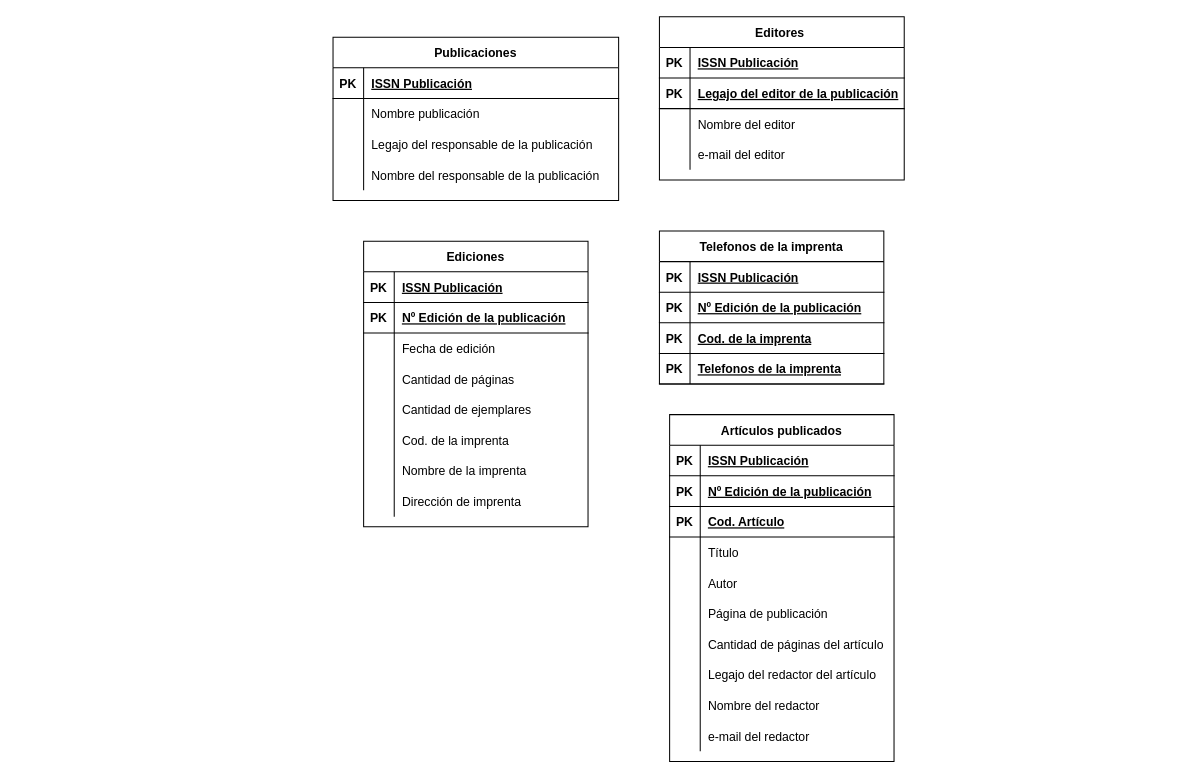
Before: parcial.drawio in RailGun15/BaseDeDatos-UTN, a draw.io diagram. Source tidied: cells renumbered, new cells numbered last; positions are measured from the earlier drawing's top-left corner, leaving out a move shared by most shapes. Both pictures are drawn from the tidied source at 102%, with x=0, y=0 at pixel (333, 16).
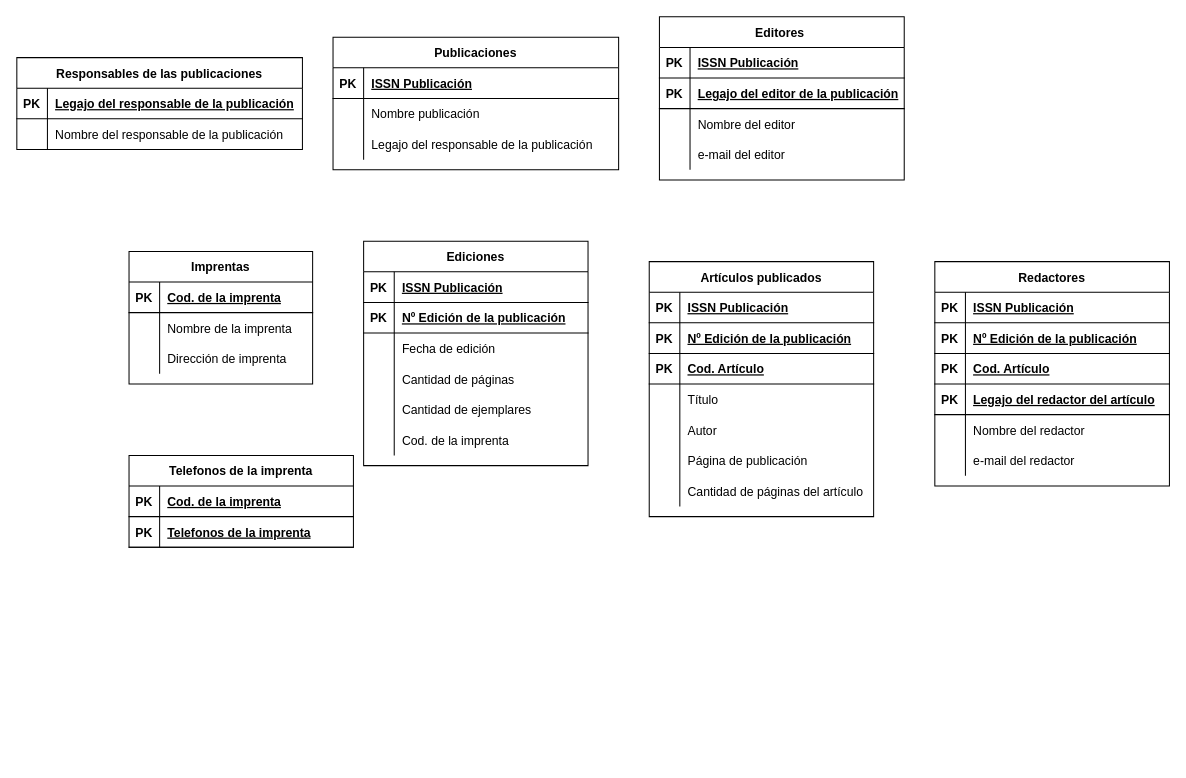
The same diagram, later.

Change to the diagram source:
```diff
@@
     <mxCell id="15" value="Publicaciones" style="shape=table;startSize=30;childLayout=tableLayout;rowLines=0;fontStyle=1;align=center;" parent="1" vertex="1">
-      <mxGeometry y="20" width="280" height="160" as="geometry" />
+      <mxGeometry y="20" width="280" height="130" as="geometry" />
     </mxCell>
@@
-    <mxCell id="25" style="shape=partialRectangle;fillColor=none;top=0;left=0;bottom=0;right=0;" parent="15" vertex="1">
-      <mxGeometry y="120" width="280" height="30" as="geometry" />
-    </mxCell>
-    <mxCell id="26" style="shape=partialRectangle;fillColor=none;top=0;left=0;bottom=0;right=0;overflow=hidden;" parent="25" vertex="1">
-      <mxGeometry width="30" height="30" as="geometry" />
-    </mxCell>
-    <mxCell id="27" value="Nombre del responsable de la publicación" style="shape=partialRectangle;fillColor=none;top=0;left=0;bottom=0;right=0;align=left;spacingLeft=6;overflow=hidden;" parent="25" vertex="1">
-      <mxGeometry x="30" width="250" height="30" as="geometry" />
-    </mxCell>
     <mxCell id="28" value="Ediciones" style="shape=table;startSize=30;childLayout=tableLayout;rowLines=0;fontStyle=1;align=center;" parent="1" vertex="1">
-      <mxGeometry x="30" y="220" width="220" height="280" as="geometry" />
+      <mxGeometry x="30" y="220" width="220" height="220" as="geometry" />
     </mxCell>
@@
-    <mxCell id="47" style="shape=partialRectangle;fillColor=none;top=0;left=0;bottom=0;right=0;" parent="28" vertex="1">
-      <mxGeometry y="210" width="220" height="30" as="geometry" />
-    </mxCell>
-    <mxCell id="48" style="shape=partialRectangle;fillColor=none;top=0;left=0;bottom=0;right=0;overflow=hidden;" parent="47" vertex="1">
-      <mxGeometry width="30" height="30" as="geometry" />
-    </mxCell>
-    <mxCell id="49" value="Nombre de la imprenta" style="shape=partialRectangle;fillColor=none;top=0;left=0;bottom=0;right=0;align=left;spacingLeft=6;overflow=hidden;" parent="47" vertex="1">
-      <mxGeometry x="30" width="190" height="30" as="geometry" />
-    </mxCell>
-    <mxCell id="50" style="shape=partialRectangle;fillColor=none;top=0;left=0;bottom=0;right=0;" parent="28" vertex="1">
-      <mxGeometry y="240" width="220" height="30" as="geometry" />
-    </mxCell>
-    <mxCell id="51" style="shape=partialRectangle;fillColor=none;top=0;left=0;bottom=0;right=0;overflow=hidden;" parent="50" vertex="1">
-      <mxGeometry width="30" height="30" as="geometry" />
-    </mxCell>
-    <mxCell id="52" value="Dirección de imprenta" style="shape=partialRectangle;fillColor=none;top=0;left=0;bottom=0;right=0;align=left;spacingLeft=6;overflow=hidden;" parent="50" vertex="1">
-      <mxGeometry x="30" width="190" height="30" as="geometry" />
-    </mxCell>
     <mxCell id="53" value="Artículos publicados" style="shape=table;startSize=30;childLayout=tableLayout;rowLines=0;fontStyle=1;align=center;" parent="1" vertex="1">
-      <mxGeometry x="330" y="390" width="220" height="340" as="geometry" />
+      <mxGeometry x="310" y="240" width="220" height="250" as="geometry" />
     </mxCell>
@@
-    <mxCell id="75" style="shape=partialRectangle;fillColor=none;top=0;left=0;bottom=0;right=0;" parent="53" vertex="1">
-      <mxGeometry y="240" width="220" height="30" as="geometry" />
-    </mxCell>
-    <mxCell id="76" style="shape=partialRectangle;fillColor=none;top=0;left=0;bottom=0;right=0;overflow=hidden;" parent="75" vertex="1">
-      <mxGeometry width="30" height="30" as="geometry" />
-    </mxCell>
+    <mxCell id="97" value="Redactores" style="shape=table;startSize=30;childLayout=tableLayout;rowLines=0;fontStyle=1;align=center;" parent="1" vertex="1">
+      <mxGeometry x="590" y="240" width="230" height="220" as="geometry" />
+    </mxCell>
+    <mxCell id="98" style="shape=partialRectangle;fillColor=none;top=0;left=0;bottom=1;right=0;" parent="97" vertex="1">
+      <mxGeometry y="30" width="230" height="30" as="geometry" />
+    </mxCell>
+    <mxCell id="99" value="PK" style="shape=partialRectangle;fillColor=none;top=0;left=0;bottom=0;right=0;fontStyle=1;overflow=hidden;" parent="98" vertex="1">
+      <mxGeometry width="30" height="30" as="geometry" />
+    </mxCell>
+    <mxCell id="87" value="ISSN Publicación" style="shape=partialRectangle;fillColor=none;top=0;left=0;bottom=0;right=0;align=left;spacingLeft=6;fontStyle=5;overflow=hidden;" parent="98" vertex="1">
+      <mxGeometry x="30" width="200" height="30" as="geometry" />
+    </mxCell>
+    <mxCell id="100" style="shape=partialRectangle;fillColor=none;top=0;left=0;bottom=1;right=0;" parent="97" vertex="1">
+      <mxGeometry y="60" width="230" height="30" as="geometry" />
+    </mxCell>
+    <mxCell id="101" value="PK" style="shape=partialRectangle;fillColor=none;top=0;left=0;bottom=0;right=0;fontStyle=1;overflow=hidden;" parent="100" vertex="1">
+      <mxGeometry width="30" height="30" as="geometry" />
+    </mxCell>
+    <mxCell id="90" value="Nº Edición de la publicación" style="shape=partialRectangle;fillColor=none;top=0;left=0;bottom=0;right=0;align=left;spacingLeft=6;fontStyle=5;overflow=hidden;" parent="100" vertex="1">
+      <mxGeometry x="30" width="200" height="30" as="geometry" />
+    </mxCell>
+    <mxCell id="102" style="shape=partialRectangle;fillColor=none;top=0;left=0;bottom=1;right=0;" parent="97" vertex="1">
+      <mxGeometry y="90" width="230" height="30" as="geometry" />
+    </mxCell>
+    <mxCell id="103" value="PK" style="shape=partialRectangle;fillColor=none;top=0;left=0;bottom=0;right=0;fontStyle=1;overflow=hidden;" parent="102" vertex="1">
+      <mxGeometry width="30" height="30" as="geometry" />
+    </mxCell>
+    <mxCell id="104" value="Cod. Artículo" style="shape=partialRectangle;fillColor=none;top=0;left=0;bottom=0;right=0;align=left;spacingLeft=6;fontStyle=5;overflow=hidden;" parent="102" vertex="1">
+      <mxGeometry x="30" width="200" height="30" as="geometry" />
+    </mxCell>
+    <mxCell id="105" style="shape=partialRectangle;fillColor=none;top=0;left=0;bottom=1;right=0;" parent="97" vertex="1">
+      <mxGeometry y="120" width="230" height="30" as="geometry" />
+    </mxCell>
+    <mxCell id="106" value="PK" style="shape=partialRectangle;fillColor=none;top=0;left=0;bottom=0;right=0;fontStyle=1;overflow=hidden;" parent="105" vertex="1">
+      <mxGeometry width="30" height="30" as="geometry" />
+    </mxCell>
-    <mxCell id="77" value="Legajo del redactor del artículo" style="shape=partialRectangle;fillColor=none;top=0;left=0;bottom=0;right=0;align=left;spacingLeft=6;overflow=hidden;" parent="75" vertex="1">
-      <mxGeometry x="30" width="190" height="30" as="geometry" />
+    <mxCell id="77" value="Legajo del redactor del artículo" style="shape=partialRectangle;fillColor=none;top=0;left=0;bottom=0;right=0;align=left;spacingLeft=6;fontStyle=5;overflow=hidden;" parent="105" vertex="1">
+      <mxGeometry x="30" width="200" height="30" as="geometry" />
     </mxCell>
-    <mxCell id="78" style="shape=partialRectangle;fillColor=none;top=0;left=0;bottom=0;right=0;" parent="53" vertex="1">
-      <mxGeometry y="270" width="220" height="30" as="geometry" />
-    </mxCell>
-    <mxCell id="79" style="shape=partialRectangle;fillColor=none;top=0;left=0;bottom=0;right=0;overflow=hidden;" parent="78" vertex="1">
-      <mxGeometry width="30" height="30" as="geometry" />
-    </mxCell>
+    <mxCell id="107" style="shape=partialRectangle;fillColor=none;top=0;left=0;bottom=0;right=0;" parent="97" vertex="1">
+      <mxGeometry y="150" width="230" height="30" as="geometry" />
+    </mxCell>
+    <mxCell id="108" style="shape=partialRectangle;fillColor=none;top=0;left=0;bottom=0;right=0;overflow=hidden;" parent="107" vertex="1">
+      <mxGeometry width="30" height="30" as="geometry" />
+    </mxCell>
-    <mxCell id="80" value="Nombre del redactor" style="shape=partialRectangle;fillColor=none;top=0;left=0;bottom=0;right=0;align=left;spacingLeft=6;overflow=hidden;" parent="78" vertex="1">
-      <mxGeometry x="30" width="190" height="30" as="geometry" />
+    <mxCell id="80" value="Nombre del redactor" style="shape=partialRectangle;fillColor=none;top=0;left=0;bottom=0;right=0;align=left;spacingLeft=6;overflow=hidden;" parent="107" vertex="1">
+      <mxGeometry x="30" width="200" height="30" as="geometry" />
     </mxCell>
-    <mxCell id="81" style="shape=partialRectangle;fillColor=none;top=0;left=0;bottom=0;right=0;" parent="53" vertex="1">
-      <mxGeometry y="300" width="220" height="30" as="geometry" />
-    </mxCell>
-    <mxCell id="82" style="shape=partialRectangle;fillColor=none;top=0;left=0;bottom=0;right=0;overflow=hidden;" parent="81" vertex="1">
-      <mxGeometry width="30" height="30" as="geometry" />
-    </mxCell>
+    <mxCell id="109" style="shape=partialRectangle;fillColor=none;top=0;left=0;bottom=0;right=0;" parent="97" vertex="1">
+      <mxGeometry y="180" width="230" height="30" as="geometry" />
+    </mxCell>
+    <mxCell id="110" style="shape=partialRectangle;fillColor=none;top=0;left=0;bottom=0;right=0;overflow=hidden;" parent="109" vertex="1">
+      <mxGeometry width="30" height="30" as="geometry" />
+    </mxCell>
-    <mxCell id="83" value="e-mail del redactor" style="shape=partialRectangle;fillColor=none;top=0;left=0;bottom=0;right=0;align=left;spacingLeft=6;overflow=hidden;" parent="81" vertex="1">
-      <mxGeometry x="30" width="190" height="30" as="geometry" />
+    <mxCell id="83" value="e-mail del redactor" style="shape=partialRectangle;fillColor=none;top=0;left=0;bottom=0;right=0;align=left;spacingLeft=6;overflow=hidden;" parent="109" vertex="1">
+      <mxGeometry x="30" width="200" height="30" as="geometry" />
     </mxCell>
     <mxCell id="84" value="Telefonos de la imprenta" style="shape=table;startSize=30;childLayout=tableLayout;rowLines=0;fontStyle=1;align=center;" parent="1" vertex="1">
-      <mxGeometry x="320" y="210" width="220" height="150" as="geometry" />
+      <mxGeometry x="-200" y="430" width="220" height="90" as="geometry" />
     </mxCell>
-    <mxCell id="85" style="shape=partialRectangle;fillColor=none;top=0;left=0;bottom=1;right=0;" parent="84" vertex="1">
-      <mxGeometry y="30" width="220" height="30" as="geometry" />
-    </mxCell>
-    <mxCell id="86" value="PK" style="shape=partialRectangle;fillColor=none;top=0;left=0;bottom=0;right=0;fontStyle=1;overflow=hidden;" parent="85" vertex="1">
-      <mxGeometry width="30" height="30" as="geometry" />
-    </mxCell>
-    <mxCell id="87" value="ISSN Publicación" style="shape=partialRectangle;fillColor=none;top=0;left=0;bottom=0;right=0;align=left;spacingLeft=6;fontStyle=5;overflow=hidden;" parent="85" vertex="1">
-      <mxGeometry x="30" width="190" height="30" as="geometry" />
-    </mxCell>
-    <mxCell id="88" style="shape=partialRectangle;fillColor=none;top=0;left=0;bottom=1;right=0;" parent="84" vertex="1">
-      <mxGeometry y="60" width="220" height="30" as="geometry" />
-    </mxCell>
-    <mxCell id="89" value="PK" style="shape=partialRectangle;fillColor=none;top=0;left=0;bottom=0;right=0;fontStyle=1;overflow=hidden;" parent="88" vertex="1">
-      <mxGeometry width="30" height="30" as="geometry" />
-    </mxCell>
-    <mxCell id="90" value="Nº Edición de la publicación" style="shape=partialRectangle;fillColor=none;top=0;left=0;bottom=0;right=0;align=left;spacingLeft=6;fontStyle=5;overflow=hidden;" parent="88" vertex="1">
-      <mxGeometry x="30" width="190" height="30" as="geometry" />
-    </mxCell>
     <mxCell id="91" style="shape=partialRectangle;fillColor=none;top=0;left=0;bottom=1;right=0;" parent="84" vertex="1">
-      <mxGeometry y="90" width="220" height="30" as="geometry" />
+      <mxGeometry y="30" width="220" height="30" as="geometry" />
     </mxCell>
@@
     <mxCell id="94" style="shape=partialRectangle;fillColor=none;top=0;left=0;bottom=1;right=0;" parent="84" vertex="1">
-      <mxGeometry y="120" width="220" height="30" as="geometry" />
+      <mxGeometry y="60" width="220" height="30" as="geometry" />
     </mxCell>
@@
+    <mxCell id="111" value="Imprentas" style="shape=table;startSize=30;childLayout=tableLayout;rowLines=0;fontStyle=1;align=center;" parent="1" vertex="1">
+      <mxGeometry x="-200" y="230" width="180" height="130" as="geometry" />
+    </mxCell>
+    <mxCell id="112" style="shape=partialRectangle;fillColor=none;top=0;left=0;bottom=1;right=0;" parent="111" vertex="1">
+      <mxGeometry y="30" width="180" height="30" as="geometry" />
+    </mxCell>
+    <mxCell id="113" value="PK" style="shape=partialRectangle;fillColor=none;top=0;left=0;bottom=0;right=0;fontStyle=1;overflow=hidden;" parent="112" vertex="1">
+      <mxGeometry width="30" height="30" as="geometry" />
+    </mxCell>
+    <mxCell id="114" value="Cod. de la imprenta" style="shape=partialRectangle;fillColor=none;top=0;left=0;bottom=0;right=0;align=left;spacingLeft=6;fontStyle=5;overflow=hidden;" parent="112" vertex="1">
+      <mxGeometry x="30" width="150" height="30" as="geometry" />
+    </mxCell>
+    <mxCell id="115" style="shape=partialRectangle;fillColor=none;top=0;left=0;bottom=0;right=0;" parent="111" vertex="1">
+      <mxGeometry y="60" width="180" height="30" as="geometry" />
+    </mxCell>
+    <mxCell id="116" style="shape=partialRectangle;fillColor=none;top=0;left=0;bottom=0;right=0;overflow=hidden;" parent="115" vertex="1">
+      <mxGeometry width="30" height="30" as="geometry" />
+    </mxCell>
+    <mxCell id="49" value="Nombre de la imprenta" style="shape=partialRectangle;fillColor=none;top=0;left=0;bottom=0;right=0;align=left;spacingLeft=6;overflow=hidden;" parent="115" vertex="1">
+      <mxGeometry x="30" width="150" height="30" as="geometry" />
+    </mxCell>
+    <mxCell id="117" style="shape=partialRectangle;fillColor=none;top=0;left=0;bottom=0;right=0;" parent="111" vertex="1">
+      <mxGeometry y="90" width="180" height="30" as="geometry" />
+    </mxCell>
+    <mxCell id="118" style="shape=partialRectangle;fillColor=none;top=0;left=0;bottom=0;right=0;overflow=hidden;" parent="117" vertex="1">
+      <mxGeometry width="30" height="30" as="geometry" />
+    </mxCell>
+    <mxCell id="52" value="Dirección de imprenta" style="shape=partialRectangle;fillColor=none;top=0;left=0;bottom=0;right=0;align=left;spacingLeft=6;overflow=hidden;" parent="117" vertex="1">
+      <mxGeometry x="30" width="150" height="30" as="geometry" />
+    </mxCell>
+    <mxCell id="119" value="Responsables de las publicaciones" style="shape=table;startSize=30;childLayout=tableLayout;rowLines=0;fontStyle=1;align=center;" parent="1" vertex="1">
+      <mxGeometry x="-310" y="40" width="280" height="90" as="geometry" />
+    </mxCell>
+    <mxCell id="120" style="shape=partialRectangle;fillColor=none;top=0;left=0;bottom=1;right=0;" parent="119" vertex="1">
+      <mxGeometry y="30" width="280" height="30" as="geometry" />
+    </mxCell>
+    <mxCell id="121" value="PK" style="shape=partialRectangle;fillColor=none;top=0;left=0;bottom=0;right=0;fontStyle=1;overflow=hidden;" parent="120" vertex="1">
+      <mxGeometry width="30" height="30" as="geometry" />
+    </mxCell>
+    <mxCell id="122" value="Legajo del responsable de la publicación" style="shape=partialRectangle;fillColor=none;top=0;left=0;bottom=0;right=0;align=left;spacingLeft=6;fontStyle=5;overflow=hidden;" parent="120" vertex="1">
+      <mxGeometry x="30" width="250" height="30" as="geometry" />
+    </mxCell>
+    <mxCell id="123" style="shape=partialRectangle;fillColor=none;top=0;left=0;bottom=0;right=0;" parent="119" vertex="1">
+      <mxGeometry y="60" width="280" height="30" as="geometry" />
+    </mxCell>
+    <mxCell id="124" style="shape=partialRectangle;fillColor=none;top=0;left=0;bottom=0;right=0;overflow=hidden;" parent="123" vertex="1">
+      <mxGeometry width="30" height="30" as="geometry" />
+    </mxCell>
+    <mxCell id="27" value="Nombre del responsable de la publicación" style="shape=partialRectangle;fillColor=none;top=0;left=0;bottom=0;right=0;align=left;spacingLeft=6;overflow=hidden;" parent="123" vertex="1">
+      <mxGeometry x="30" width="250" height="30" as="geometry" />
+    </mxCell>
```
